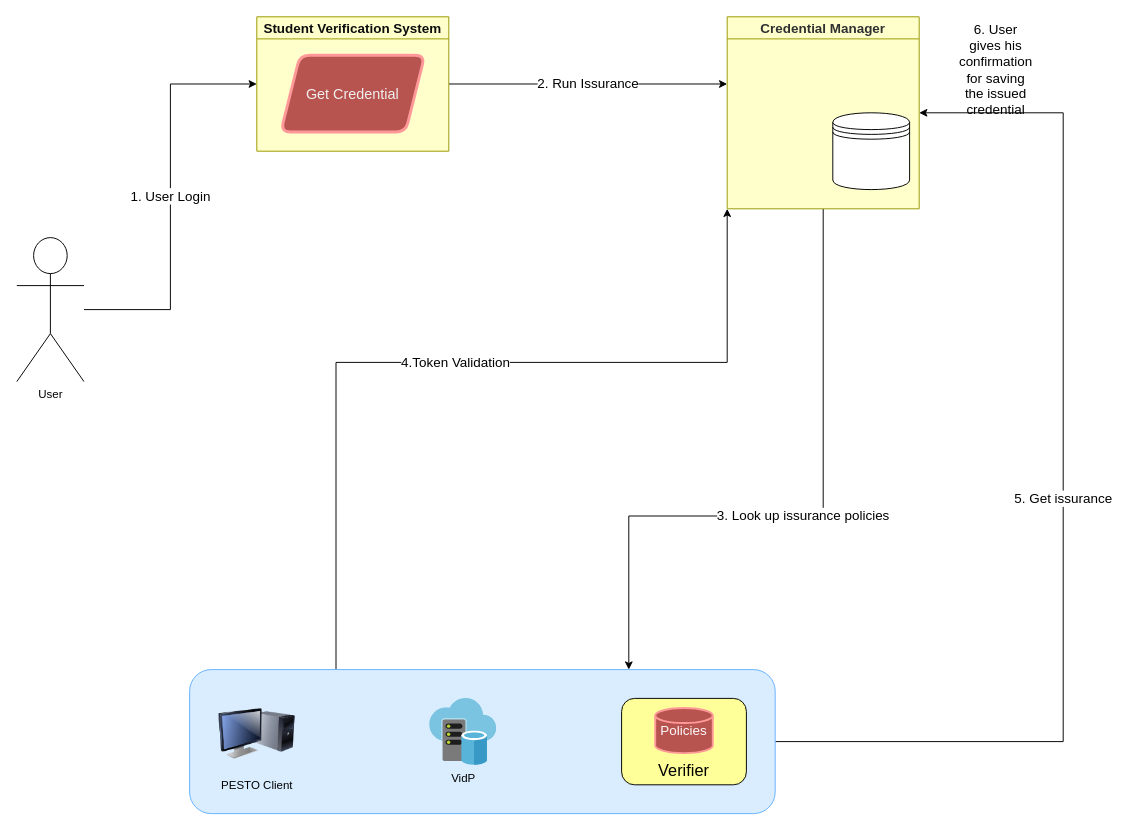
Above: diagramma.drawio in NikosSarrisDev/ESP32_TEMPERATURE_HIMIDITY (draw.io), before the change. Source tidied: cells renumbered, new cells numbered last; positions are measured from the earlier drawing's top-left corner, leaving out a move shared by most shapes. Both pictures are drawn from the tidied source at 96%, with x=0, y=0 at pixel (16, 16).
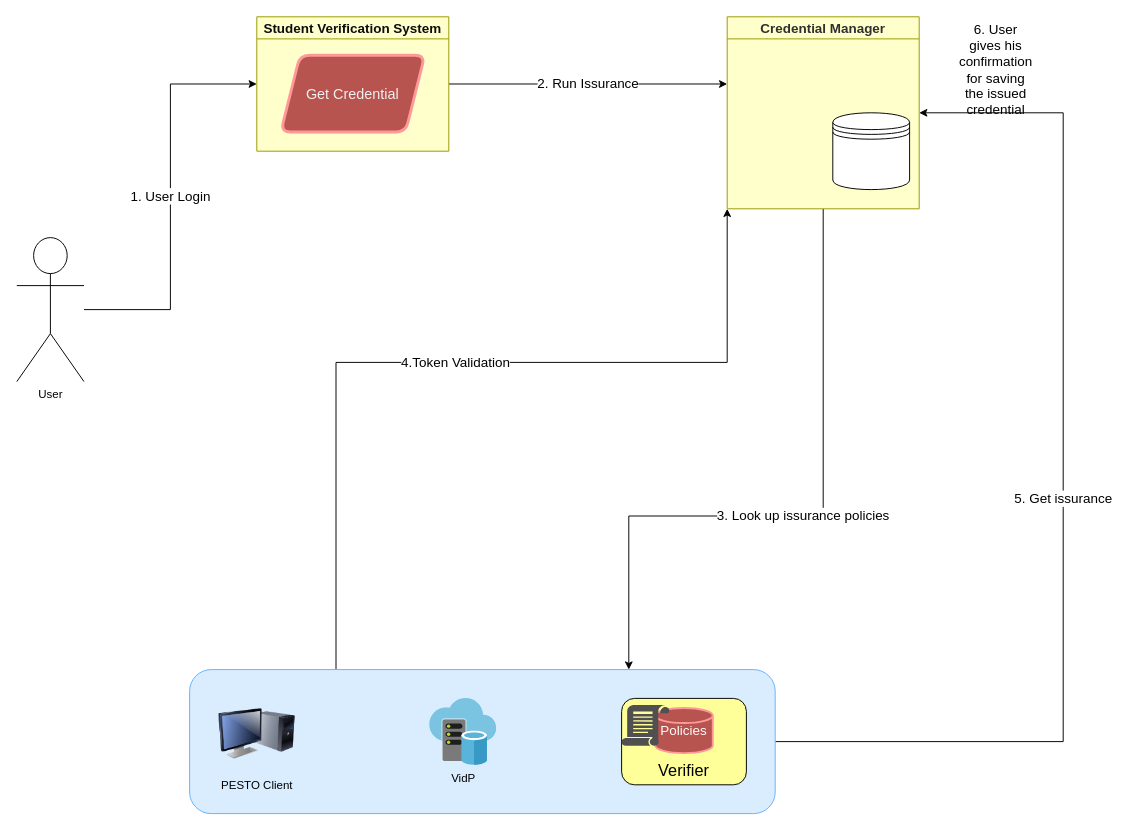
The same diagram, later.

The edit, as a diff of the source:
```diff
@@
+    <mxCell id="18" style="sketch=0;shadow=0;dashed=0;html=1;strokeColor=none;labelPosition=center;verticalLabelPosition=bottom;verticalAlign=top;align=center;fillColor=#505050;shape=mxgraph.mscae.intune.policy;" parent="1" vertex="1">
+      <mxGeometry x="630" y="717" width="50" height="43" as="geometry" />
+    </mxCell>
```
